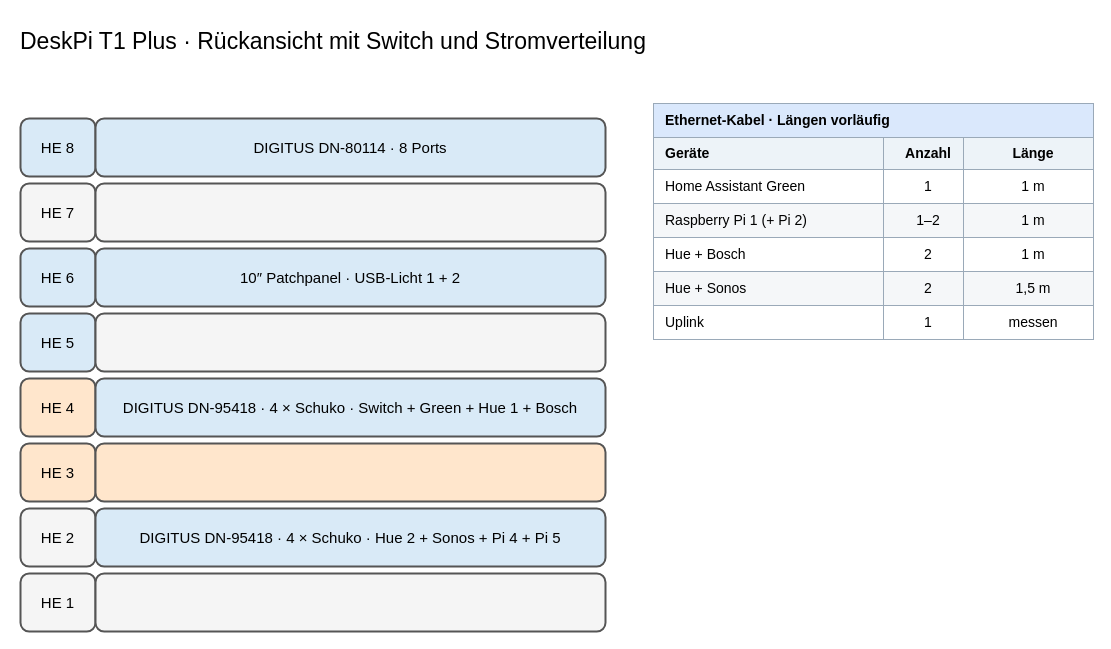
Earlier version of the draw.io diagram page "DeskPi 8 HE – Rückseite" (3 of 5) of 10-zoll-rack-planung.drawio (tiptronic/diagrams). Source tidied: cells renumbered, new cells numbered last; positions are measured from the earlier drawing's top-left corner, leaving out a move shared by most shapes. Both pictures are drawn from the tidied source at 100%, with x=0, y=0 at pixel (18, 18).
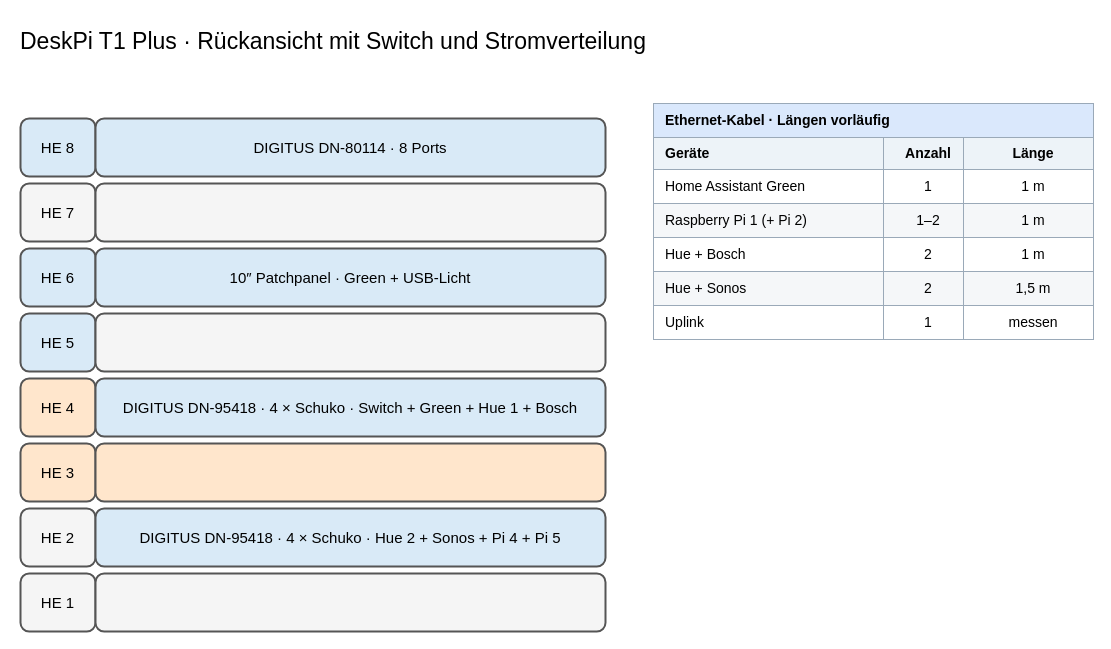
The same page after the edit.

Commit message (it also covers changes not shown here):
Assign Green ports on patch panel

Diff of the diagram source:
```diff
@@
-    <mxCell id="8" value="10″ Patchpanel · USB-Licht 1 + 2" style="rounded=1;whiteSpace=wrap;html=1;align=center;verticalAlign=middle;strokeWidth=2;fontSize=15;fillColor=#d9eaf7;strokeColor=#555555;" parent="1" vertex="1">
+    <mxCell id="8" value="10″ Patchpanel · Green + USB-Licht" style="rounded=1;whiteSpace=wrap;html=1;align=center;verticalAlign=middle;strokeWidth=2;fontSize=15;fillColor=#d9eaf7;strokeColor=#555555;" parent="1" vertex="1">
       <mxGeometry x="77" y="230" width="510" height="58" as="geometry" />
     </mxCell>
```
